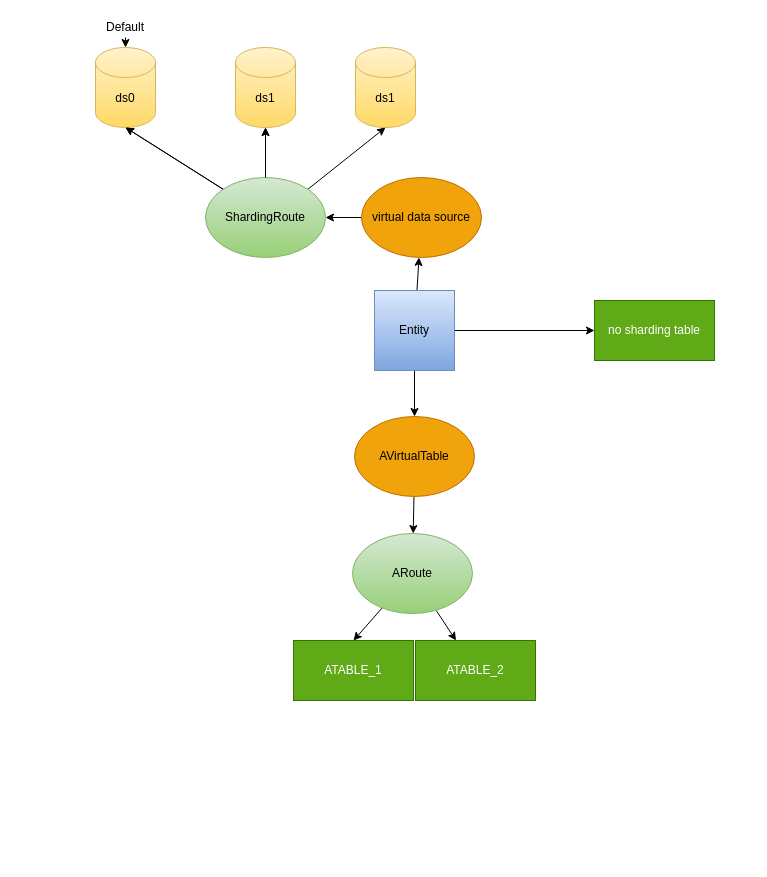
Before: draws/architecture.drawio in dorisoy/Sharding-Core-Doc, a draw.io diagram. Source tidied: cells renumbered, new cells numbered last; positions are measured from the earlier drawing's top-left corner, leaving out a move shared by most shapes. Both pictures are drawn from the tidied source at 100%, with x=0, y=0 at pixel (95, 17).
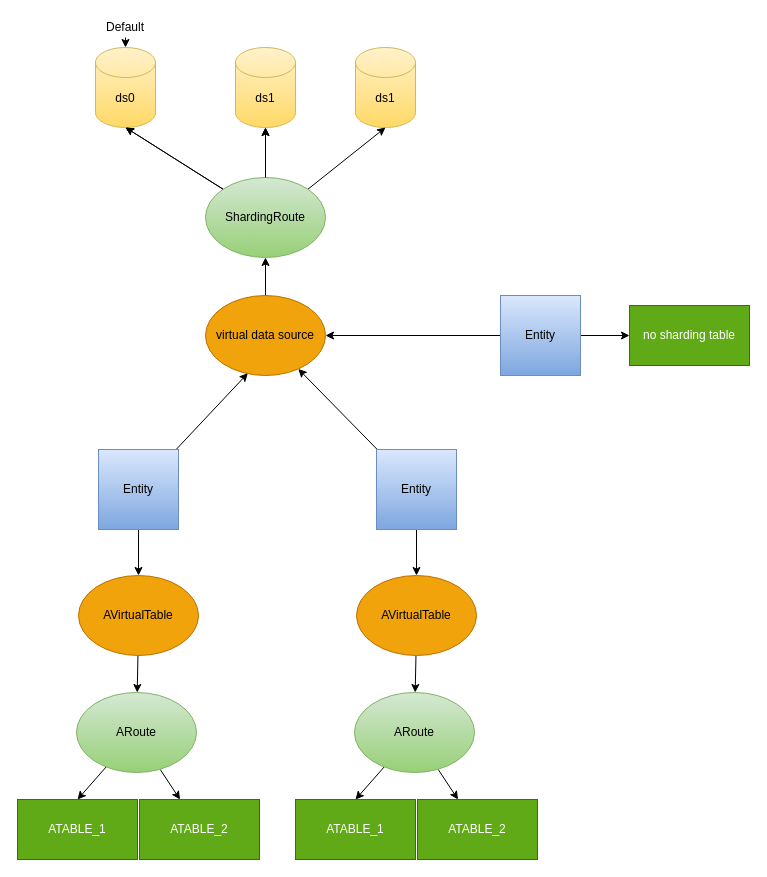
After the change.

Unchanged cells that the change refers to:
```xml
<mxCell id="14" value="&lt;font color=&quot;#000000&quot;&gt;ShardingRoute&lt;/font&gt;" style="ellipse;whiteSpace=wrap;html=1;gradientColor=#97d077;fillColor=#d5e8d4;strokeColor=#82b366;" parent="1" vertex="1">
  <mxGeometry x="110" y="160" width="120" height="80" as="geometry" />
</mxCell>
```

Change to the diagram source:
```diff
@@
-    <mxCell id="4" style="edgeStyle=none;html=1;strokeColor=#000000;" parent="1" edge="1" source="5" target="20">
-      <mxGeometry relative="1" as="geometry" />
-    </mxCell>
     <mxCell id="5" value="&lt;font color=&quot;#000000&quot;&gt;Entity&lt;/font&gt;" style="whiteSpace=wrap;html=1;gradientColor=#7ea6e0;fillColor=#dae8fc;strokeColor=#6c8ebf;" parent="1" vertex="1">
-      <mxGeometry x="279" y="273" width="80" height="80" as="geometry" />
+      <mxGeometry x="281" y="432" width="80" height="80" as="geometry" />
     </mxCell>
@@
-    <mxCell id="9" style="edgeStyle=none;html=1;entryX=1;entryY=0.5;entryDx=0;entryDy=0;strokeColor=#000000;" parent="1" edge="1" source="10" target="14">
+    <mxCell id="9" style="edgeStyle=none;html=1;strokeColor=#000000;" parent="1" edge="1" source="10" target="14">
       <mxGeometry relative="1" as="geometry" />
     </mxCell>
     <mxCell id="10" value="virtual data source" style="ellipse;whiteSpace=wrap;html=1;fillColor=#f0a30a;strokeColor=#BD7000;fontColor=#000000;" parent="1" vertex="1">
-      <mxGeometry x="266" y="160" width="120" height="80" as="geometry" />
+      <mxGeometry x="110" y="278" width="120" height="80" as="geometry" />
     </mxCell>
@@
     <mxCell id="16" value="AVirtualTable" style="ellipse;whiteSpace=wrap;html=1;fillColor=#f0a30a;strokeColor=#BD7000;fontColor=#000000;" parent="1" vertex="1">
-      <mxGeometry x="259" y="399" width="120" height="80" as="geometry" />
+      <mxGeometry x="261" y="558" width="120" height="80" as="geometry" />
     </mxCell>
@@
     <mxCell id="19" value="&lt;font color=&quot;#000000&quot;&gt;ARoute&lt;/font&gt;" style="ellipse;whiteSpace=wrap;html=1;gradientColor=#97d077;fillColor=#d5e8d4;strokeColor=#82b366;" parent="1" vertex="1">
-      <mxGeometry x="257" y="516" width="120" height="80" as="geometry" />
+      <mxGeometry x="259" y="675" width="120" height="80" as="geometry" />
     </mxCell>
     <mxCell id="20" value="no sharding table" style="rounded=0;whiteSpace=wrap;html=1;fillColor=#60a917;strokeColor=#2D7600;fontColor=#ffffff;" parent="1" vertex="1">
-      <mxGeometry x="499" y="283" width="120" height="60" as="geometry" />
+      <mxGeometry x="534" y="288" width="120" height="60" as="geometry" />
     </mxCell>
     <mxCell id="21" value="ATABLE_1" style="rounded=0;whiteSpace=wrap;html=1;fillColor=#60a917;strokeColor=#2D7600;fontColor=#ffffff;" parent="1" vertex="1">
-      <mxGeometry x="198" y="623" width="120" height="60" as="geometry" />
+      <mxGeometry x="200" y="782" width="120" height="60" as="geometry" />
     </mxCell>
     <mxCell id="22" value="ATABLE_2" style="rounded=0;whiteSpace=wrap;html=1;fillColor=#60a917;strokeColor=#2D7600;fontColor=#ffffff;" parent="1" vertex="1">
-      <mxGeometry x="320" y="623" width="120" height="60" as="geometry" />
+      <mxGeometry x="322" y="782" width="120" height="60" as="geometry" />
     </mxCell>
@@
+    <mxCell id="30" style="edgeStyle=none;html=1;entryX=0.5;entryY=0;entryDx=0;entryDy=0;strokeColor=#000000;" parent="1" edge="1" source="32" target="34">
+      <mxGeometry relative="1" as="geometry" />
+    </mxCell>
+    <mxCell id="31" style="edgeStyle=none;html=1;entryX=0.353;entryY=0.971;entryDx=0;entryDy=0;entryPerimeter=0;strokeColor=#000000;" parent="1" edge="1" source="32" target="10">
+      <mxGeometry relative="1" as="geometry" />
+    </mxCell>
+    <mxCell id="32" value="&lt;font color=&quot;#000000&quot;&gt;Entity&lt;/font&gt;" style="whiteSpace=wrap;html=1;gradientColor=#7ea6e0;fillColor=#dae8fc;strokeColor=#6c8ebf;" parent="1" vertex="1">
+      <mxGeometry x="3" y="432" width="80" height="80" as="geometry" />
+    </mxCell>
+    <mxCell id="33" style="edgeStyle=none;html=1;strokeColor=#000000;" parent="1" edge="1" source="34" target="37">
+      <mxGeometry relative="1" as="geometry" />
+    </mxCell>
+    <mxCell id="34" value="AVirtualTable" style="ellipse;whiteSpace=wrap;html=1;fillColor=#f0a30a;strokeColor=#BD7000;fontColor=#000000;" parent="1" vertex="1">
+      <mxGeometry x="-17" y="558" width="120" height="80" as="geometry" />
+    </mxCell>
+    <mxCell id="35" style="edgeStyle=none;html=1;entryX=0.5;entryY=0;entryDx=0;entryDy=0;strokeColor=#000000;" parent="1" edge="1" source="37" target="38">
+      <mxGeometry relative="1" as="geometry" />
+    </mxCell>
+    <mxCell id="36" style="edgeStyle=none;html=1;strokeColor=#000000;" parent="1" edge="1" source="37" target="39">
+      <mxGeometry relative="1" as="geometry" />
+    </mxCell>
+    <mxCell id="37" value="&lt;font color=&quot;#000000&quot;&gt;ARoute&lt;/font&gt;" style="ellipse;whiteSpace=wrap;html=1;gradientColor=#97d077;fillColor=#d5e8d4;strokeColor=#82b366;" parent="1" vertex="1">
+      <mxGeometry x="-19" y="675" width="120" height="80" as="geometry" />
+    </mxCell>
+    <mxCell id="38" value="ATABLE_1" style="rounded=0;whiteSpace=wrap;html=1;fillColor=#60a917;strokeColor=#2D7600;fontColor=#ffffff;" parent="1" vertex="1">
+      <mxGeometry x="-78" y="782" width="120" height="60" as="geometry" />
+    </mxCell>
+    <mxCell id="39" value="ATABLE_2" style="rounded=0;whiteSpace=wrap;html=1;fillColor=#60a917;strokeColor=#2D7600;fontColor=#ffffff;" parent="1" vertex="1">
+      <mxGeometry x="44" y="782" width="120" height="60" as="geometry" />
+    </mxCell>
+    <mxCell id="40" style="edgeStyle=none;html=1;strokeColor=#000000;" parent="1" edge="1" source="42" target="20">
+      <mxGeometry relative="1" as="geometry" />
+    </mxCell>
+    <mxCell id="41" style="edgeStyle=none;html=1;strokeColor=#000000;" parent="1" edge="1" source="42" target="10">
+      <mxGeometry relative="1" as="geometry" />
+    </mxCell>
+    <mxCell id="42" value="&lt;font color=&quot;#000000&quot;&gt;Entity&lt;/font&gt;" style="whiteSpace=wrap;html=1;gradientColor=#7ea6e0;fillColor=#dae8fc;strokeColor=#6c8ebf;" parent="1" vertex="1">
+      <mxGeometry x="405" y="278" width="80" height="80" as="geometry" />
+    </mxCell>
```
